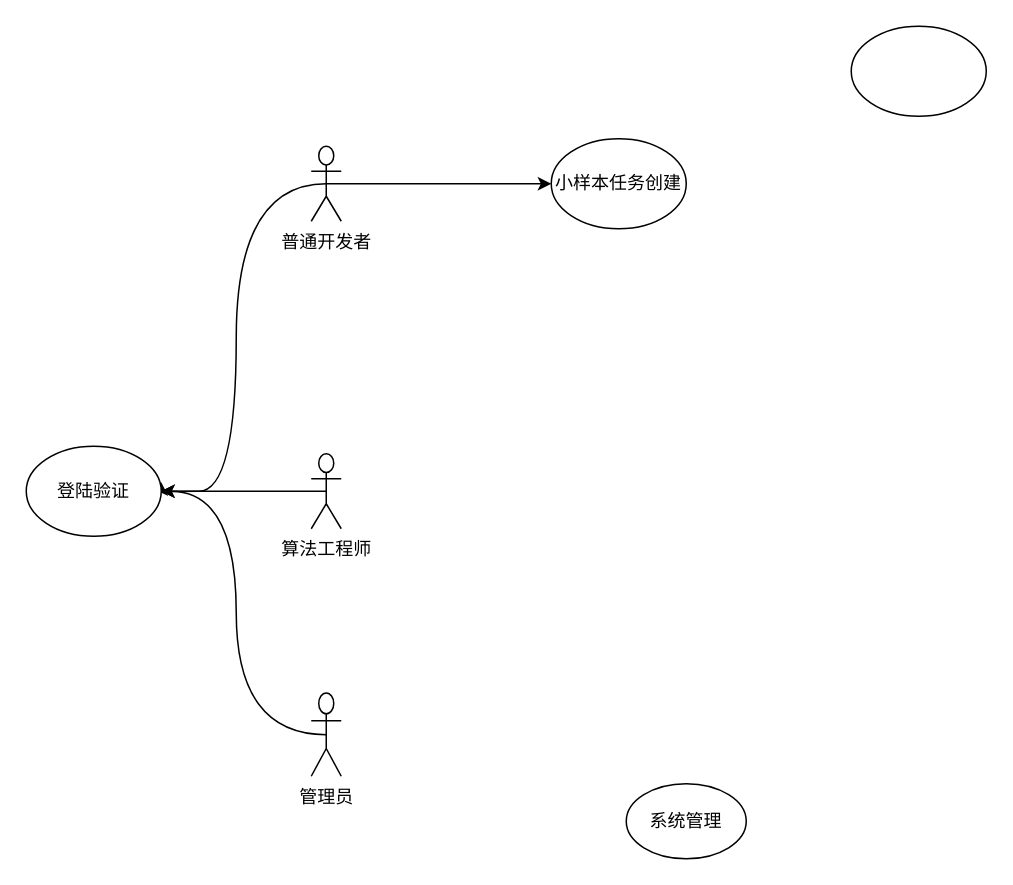
Before: 开发过程图.drawio in foreignbill/drawio, a draw.io diagram. Source tidied: cells renumbered, new cells numbered last; positions are measured from the earlier drawing's top-left corner, leaving out a move shared by most shapes. Both pictures are drawn from the tidied source at 150%, with x=0, y=0 at pixel (26, 26).
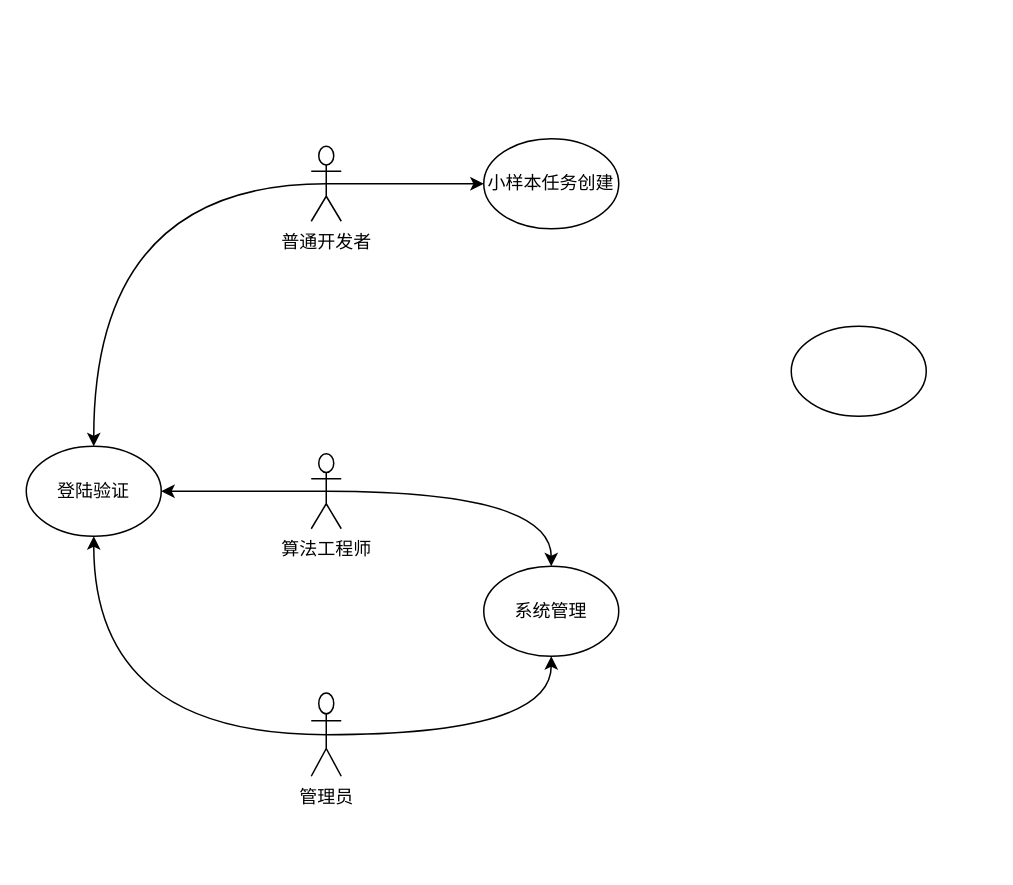
After the change.

Commit message:
更新开发过程图.drawio

Change to the diagram source:
```diff
@@
 <mxGraphModel>
   <root>
     <mxCell id="0" />
     <mxCell id="1" parent="0" />
     <mxCell id="2" style="edgeStyle=orthogonalEdgeStyle;rounded=0;jettySize=auto;html=1;exitX=0.5;exitY=0.5;exitDx=0;exitDy=0;exitPerimeter=0;entryX=0;entryY=0.5;entryDx=0;entryDy=0;curved=1;" parent="1" edge="1" source="4" target="10">
       <mxGeometry relative="1" as="geometry" />
     </mxCell>
-    <mxCell id="3" style="edgeStyle=orthogonalEdgeStyle;rounded=0;jettySize=auto;html=1;exitX=0.5;exitY=0.5;exitDx=0;exitDy=0;exitPerimeter=0;entryX=1;entryY=0.4;entryDx=0;entryDy=0;entryPerimeter=0;curved=1;" parent="1" edge="1" source="4" target="12">
-      <mxGeometry relative="1" as="geometry">
-        <Array as="points">
-          <mxPoint x="140" y="105" />
-          <mxPoint x="140" y="310" />
-          <mxPoint x="90" y="310" />
-        </Array>
-      </mxGeometry>
+    <mxCell id="3" style="edgeStyle=orthogonalEdgeStyle;rounded=0;jettySize=auto;html=1;exitX=0.5;exitY=0.5;exitDx=0;exitDy=0;exitPerimeter=0;entryX=0.5;entryY=0;entryDx=0;entryDy=0;curved=1;" parent="1" edge="1" source="4" target="12">
+      <mxGeometry relative="1" as="geometry" />
     </mxCell>
     <mxCell id="4" value="普通开发者" style="shape=umlActor;verticalLabelPosition=bottom;verticalAlign=top;html=1;outlineConnect=0;" parent="1" vertex="1">
       <mxGeometry x="190" y="80" width="20" height="50" as="geometry" />
     </mxCell>
     <mxCell id="5" style="edgeStyle=orthogonalEdgeStyle;rounded=0;jettySize=auto;html=1;exitX=0.5;exitY=0.5;exitDx=0;exitDy=0;exitPerimeter=0;entryX=1;entryY=0.5;entryDx=0;entryDy=0;curved=1;" parent="1" edge="1" source="6" target="12">
       <mxGeometry relative="1" as="geometry" />
     </mxCell>
+    <mxCell id="13" style="edgeStyle=orthogonalEdgeStyle;rounded=0;jettySize=auto;html=1;exitX=0.5;exitY=0.5;exitDx=0;exitDy=0;exitPerimeter=0;curved=1;" parent="1" edge="1" source="6" target="9">
+      <mxGeometry relative="1" as="geometry" />
+    </mxCell>
     <mxCell id="6" value="算法工程师" style="shape=umlActor;verticalLabelPosition=bottom;verticalAlign=top;html=1;outlineConnect=0;" parent="1" vertex="1">
       <mxGeometry x="190" y="285" width="20" height="50" as="geometry" />
     </mxCell>
-    <mxCell id="7" style="edgeStyle=orthogonalEdgeStyle;rounded=0;jettySize=auto;html=1;exitX=0.5;exitY=0.5;exitDx=0;exitDy=0;exitPerimeter=0;curved=1;entryX=1;entryY=0.5;entryDx=0;entryDy=0;" parent="1" edge="1" source="8" target="12">
+    <mxCell id="7" style="edgeStyle=orthogonalEdgeStyle;rounded=0;jettySize=auto;html=1;exitX=0.5;exitY=0.5;exitDx=0;exitDy=0;exitPerimeter=0;entryX=0.5;entryY=1;entryDx=0;entryDy=0;curved=1;" parent="1" edge="1" source="8" target="12">
       <mxGeometry relative="1" as="geometry" />
     </mxCell>
+    <mxCell id="14" style="edgeStyle=orthogonalEdgeStyle;rounded=0;jettySize=auto;html=1;exitX=0.5;exitY=0.5;exitDx=0;exitDy=0;exitPerimeter=0;entryX=0.5;entryY=1;entryDx=0;entryDy=0;curved=1;" parent="1" edge="1" source="8" target="9">
+      <mxGeometry relative="1" as="geometry" />
+    </mxCell>
     <mxCell id="8" value="管理员" style="shape=umlActor;verticalLabelPosition=bottom;verticalAlign=top;html=1;outlineConnect=0;" parent="1" vertex="1">
       <mxGeometry x="190" y="444.5" width="20" height="55.5" as="geometry" />
     </mxCell>
     <mxCell id="9" value="系统管理" style="ellipse;whiteSpace=wrap;html=1;" parent="1" vertex="1">
-      <mxGeometry x="400" y="505" width="80" height="50" as="geometry" />
+      <mxGeometry x="305" y="360" width="90" height="60" as="geometry" />
     </mxCell>
     <mxCell id="10" value="小样本任务创建" style="ellipse;whiteSpace=wrap;html=1;" parent="1" vertex="1">
-      <mxGeometry x="350" y="75" width="90" height="60" as="geometry" />
+      <mxGeometry x="305" y="75" width="90" height="60" as="geometry" />
     </mxCell>
     <mxCell id="11" style="ellipse;whiteSpace=wrap;html=1;" parent="1" vertex="1">
-      <mxGeometry x="550" width="90" height="60" as="geometry" />
+      <mxGeometry x="510" y="200" width="90" height="60" as="geometry" />
     </mxCell>
     <mxCell id="12" value="登陆验证" style="ellipse;whiteSpace=wrap;html=1;" parent="1" vertex="1">
       <mxGeometry y="280" width="90" height="60" as="geometry" />
     </mxCell>
   </root>
 </mxGraphModel>
```
